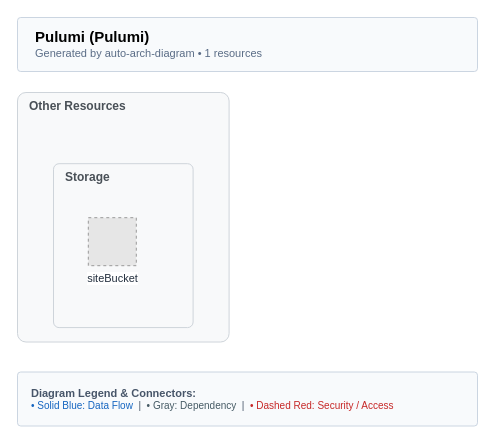
Before: examples/serverless-website/oci/pulumi/architecture-diagram.drawio in suryakumaran2611/auto-arch-diagram, a draw.io diagram. Source tidied: cells renumbered, new cells numbered last; positions are measured from the earlier drawing's top-left corner, leaving out a move shared by most shapes. Both pictures are drawn from the tidied source at 100%, with x=0, y=0 at pixel (17, 17). Pictures stored in the file or linked from it are replaced by grey dashed boxes.
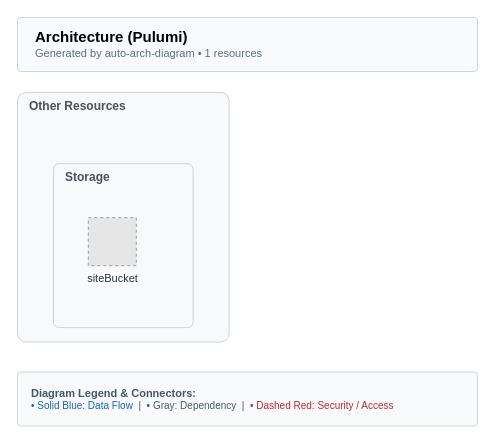
After the change.

Change to the diagram source:
```diff
@@
 <mxGraphModel background="#FFFFFF">
   <root>
     <mxCell id="0" />
     <mxCell id="1" parent="0" />
-    <mxCell id="2" value="&lt;b style='font-size:15px;'&gt;Pulumi (Pulumi)&lt;/b&gt;&lt;br/&gt;&lt;span style='font-size:11px;color:#5A6C86;'&gt;Generated by auto-arch-diagram &amp;bull; 1 resources&lt;/span&gt;" style="rounded=1;whiteSpace=wrap;html=1;arcSize=6;fillColor=#F8FAFC;strokeColor=#CBD5E1;strokeWidth=1;align=left;spacingLeft=16;verticalAlign=middle;" parent="1" vertex="1">
+    <mxCell id="2" value="&lt;b style='font-size:15px;'&gt;Architecture (Pulumi)&lt;/b&gt;&lt;br/&gt;&lt;span style='font-size:11px;color:#5A6C86;'&gt;Generated by auto-arch-diagram &amp;bull; 1 resources&lt;/span&gt;" style="rounded=1;whiteSpace=wrap;html=1;arcSize=6;fillColor=#F8FAFC;strokeColor=#CBD5E1;strokeWidth=1;align=left;spacingLeft=16;verticalAlign=middle;" parent="1" vertex="1">
       <mxGeometry width="460" height="54" as="geometry" />
     </mxCell>
     <mxCell id="3" value="Other Resources" style="rounded=1;whiteSpace=wrap;html=1;arcSize=4;verticalAlign=top;align=left;spacingLeft=10;fontSize=12;fontStyle=1;fillColor=#F8F9FA;strokeColor=#CED4DA;fontColor=#495057;" parent="1" vertex="1">
       <mxGeometry y="75" width="211.6" height="249.5" as="geometry" />
     </mxCell>
     <mxCell id="4" value="Storage" style="rounded=1;whiteSpace=wrap;html=1;arcSize=4;verticalAlign=top;align=left;spacingLeft=10;fontSize=12;fontStyle=1;fillColor=#F8F9FA;strokeColor=#CED4DA;fontColor=#495057;" parent="3" vertex="1">
       <mxGeometry x="36" y="71.2" width="139.6" height="163.9" as="geometry" />
     </mxCell>
     <mxCell id="5" value="siteBucket" style="fillColor=#E6E6E6;strokeColor=#999999;dashed=1;html=1;verticalLabelPosition=bottom;verticalAlign=top;fontSize=11;fontColor=#232F3E;labelBackgroundColor=#FFFFFF;" parent="4" vertex="1">
       <mxGeometry x="34.8" y="54" width="48" height="48" as="geometry" />
     </mxCell>
     <mxCell id="6" value="&lt;b style='font-size:11px;'&gt;Diagram Legend &amp;amp; Connectors:&lt;/b&gt;&lt;br/&gt;&lt;span style='color:#1565C0;'&gt;&amp;bull; Solid Blue: Data Flow&lt;/span&gt; &amp;nbsp;|&amp;nbsp; &lt;span style='color:#455A64;'&gt;&amp;bull; Gray: Dependency&lt;/span&gt; &amp;nbsp;|&amp;nbsp; &lt;span style='color:#C62828;'&gt;&amp;bull; Dashed Red: Security / Access&lt;/span&gt;" style="rounded=1;whiteSpace=wrap;html=1;arcSize=6;fillColor=#F8FAFC;strokeColor=#CBD5E1;strokeWidth=1;fontSize=10;fontColor=#475569;align=left;spacingLeft=12;spacingRight=12;verticalAlign=middle;" parent="1" vertex="1">
       <mxGeometry y="354.5" width="460" height="54" as="geometry" />
     </mxCell>
   </root>
 </mxGraphModel>
```
